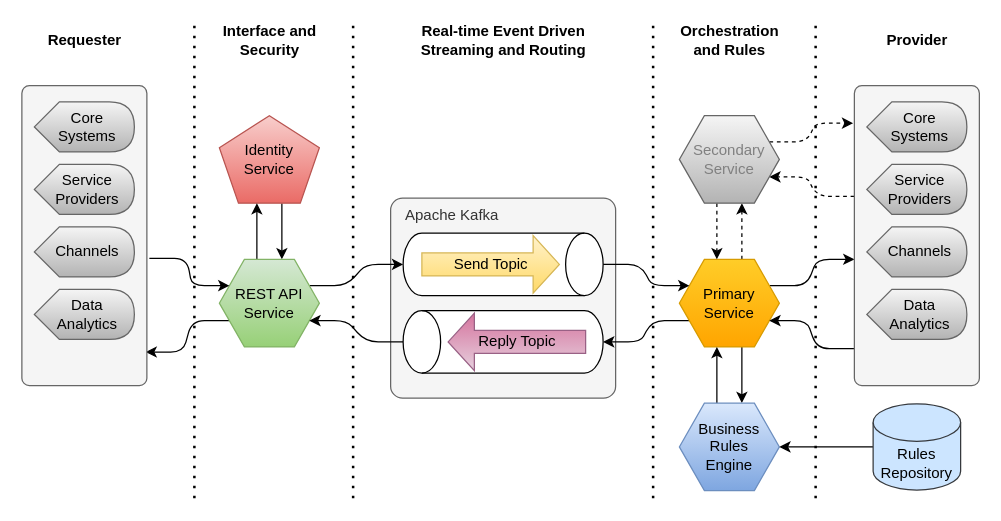
The draw.io diagram page "Proposed Design" (1 of 8) of Microservice Architecture.drawio in badenhorstp/readme, before the edit. Source tidied: cells renumbered, new cells numbered last; positions are measured from the earlier drawing's top-left corner, leaving out a move shared by most shapes. Both pictures are drawn from the tidied source at 125%, with x=0, y=0 at pixel (21, 21).
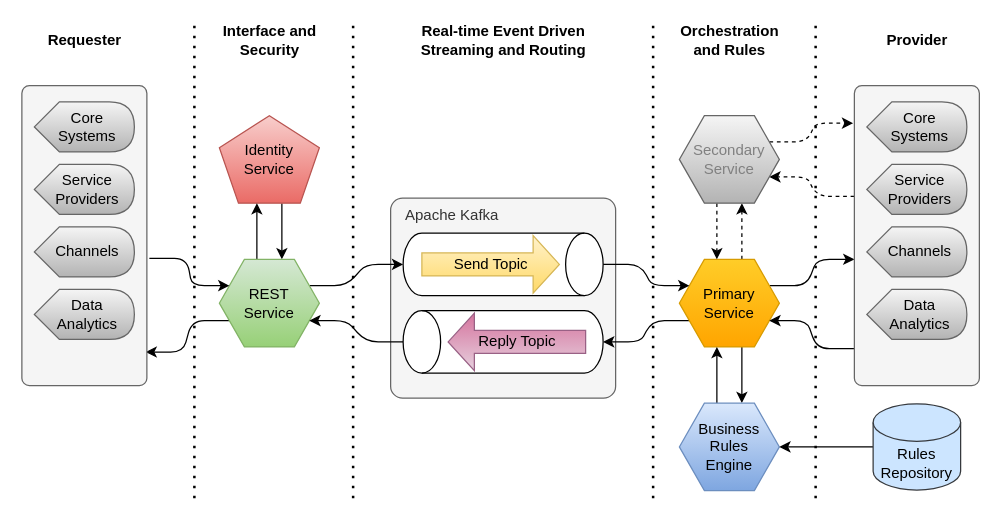
The same diagram, later.

Change to the diagram source:
```diff
@@
-    <mxCell id="8" value="REST API&lt;br&gt;Service" style="shape=hexagon;perimeter=hexagonPerimeter2;whiteSpace=wrap;html=1;fixedSize=1;fillColor=#d5e8d4;strokeColor=#82b366;shadow=0;rounded=0;gradientColor=#97d077;" parent="1" vertex="1">
+    <mxCell id="8" value="REST &lt;br&gt;Service" style="shape=hexagon;perimeter=hexagonPerimeter2;whiteSpace=wrap;html=1;fixedSize=1;fillColor=#d5e8d4;strokeColor=#82b366;shadow=0;rounded=0;gradientColor=#97d077;" parent="1" vertex="1">
       <mxGeometry x="158" y="190" width="80" height="70" as="geometry" />
     </mxCell>
```
